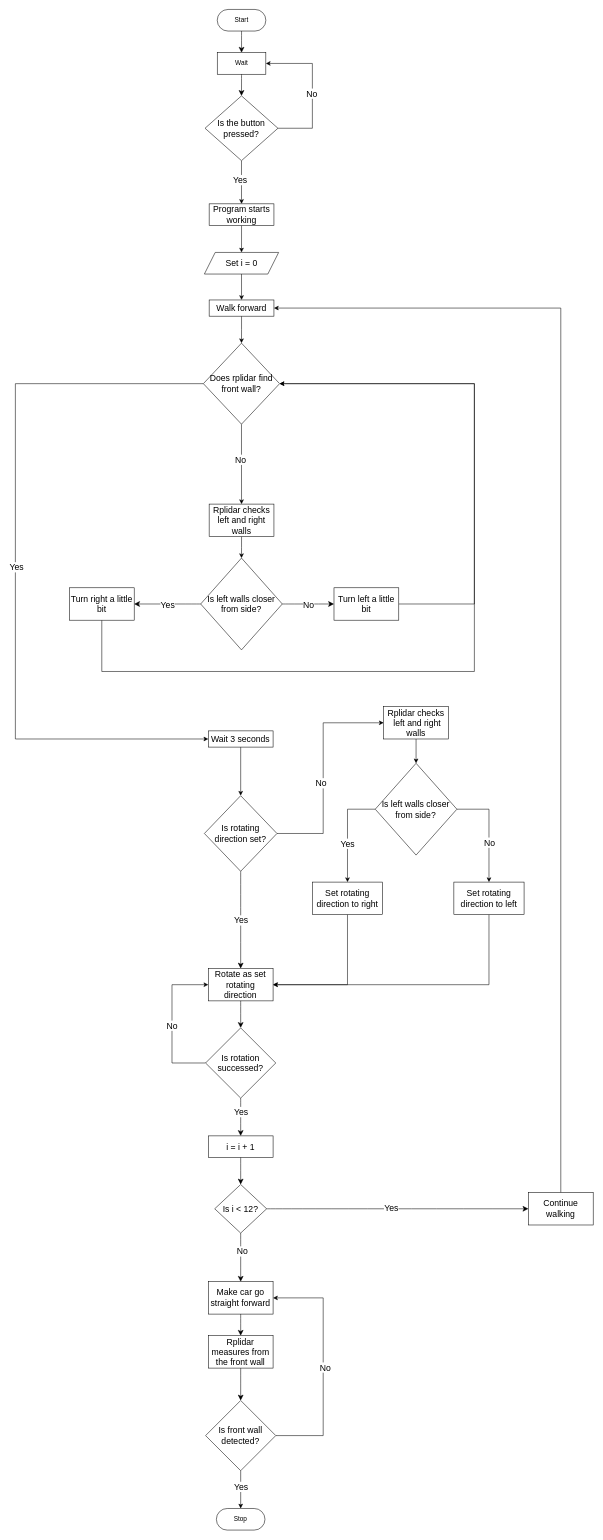
This is docs/ภาคผนวก/Flowchart 2.drawio from faasai123/autoBotCar, a draw.io file, before an edit. Source tidied: cells renumbered, new cells numbered last; positions are measured from the earlier drawing's top-left corner, leaving out a move shared by most shapes. Both pictures are drawn from the tidied source at 54%, with x=0, y=0 at pixel (15, 9).
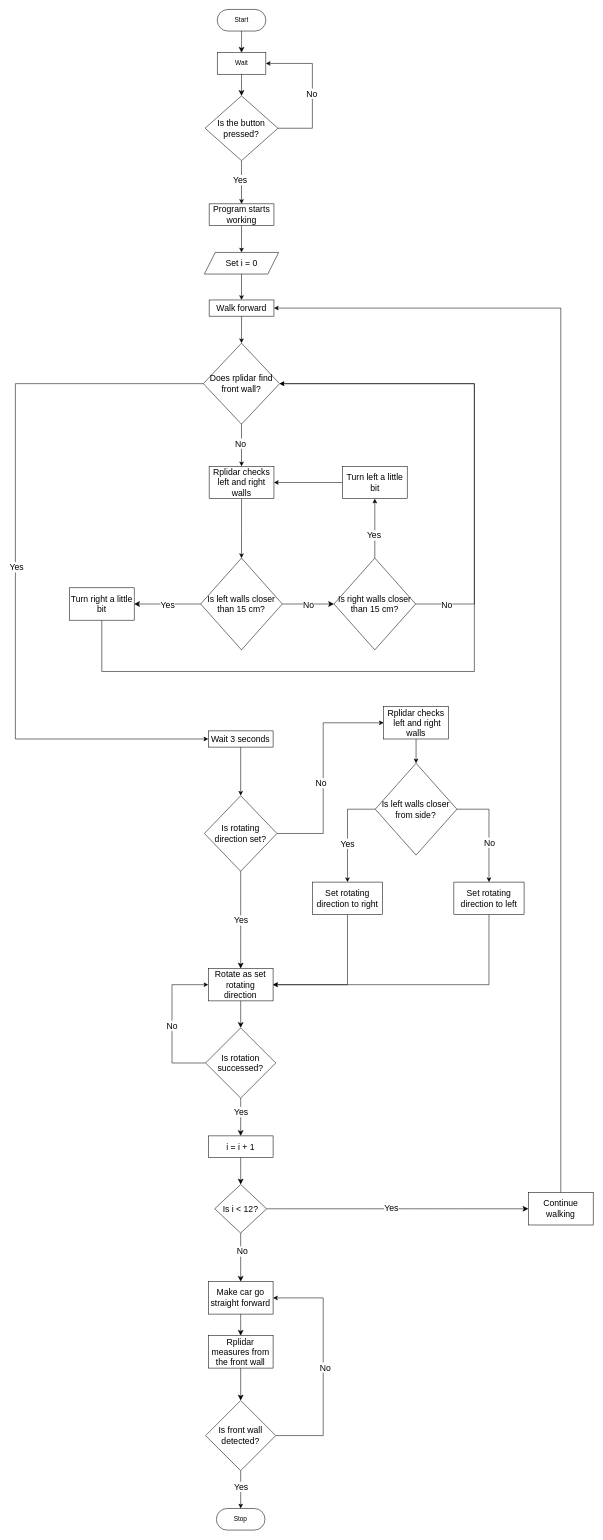
Above is the later version.

The change refers to these unchanged cells:
```xml
<mxCell id="75" value="&lt;font style=&quot;font-size: 16px;&quot;&gt;Does rplidar find front wall?&lt;/font&gt;" style="rhombus;whiteSpace=wrap;html=1;" parent="1" vertex="1">
  <mxGeometry x="348.1" y="618" width="141.2" height="150" as="geometry" />
</mxCell>
```

Diff of the diagram source:
```diff
@@
     <mxCell id="21" value="Rplidar checks left and right walls" style="rounded=0;whiteSpace=wrap;html=1;fontSize=16;" parent="1" vertex="1">
-      <mxGeometry x="358.8" y="916" width="120" height="60" as="geometry" />
+      <mxGeometry x="358.8" y="846" width="120" height="60" as="geometry" />
     </mxCell>
-    <mxCell id="22" value="Is left walls closer from side?" style="rhombus;whiteSpace=wrap;html=1;fontSize=16;" parent="1" vertex="1">
+    <mxCell id="22" value="Is left walls closer than 15 cm?" style="rhombus;whiteSpace=wrap;html=1;fontSize=16;" parent="1" vertex="1">
       <mxGeometry x="343.1" y="1016" width="151.2" height="170" as="geometry" />
     </mxCell>
@@
-    <mxCell id="27" style="edgeStyle=orthogonalEdgeStyle;rounded=0;jettySize=auto;html=1;exitX=1;exitY=0.5;exitDx=0;exitDy=0;entryX=1;entryY=0.5;entryDx=0;entryDy=0;" parent="1" edge="1" source="28" target="75">
+    <mxCell id="27" style="edgeStyle=orthogonalEdgeStyle;rounded=0;jettySize=auto;html=1;exitX=1;exitY=0.5;exitDx=0;exitDy=0;entryX=1;entryY=0.5;entryDx=0;entryDy=0;" parent="1" edge="1" source="81" target="75">
       <mxGeometry relative="1" as="geometry">
         <Array as="points">
           <mxPoint x="850" y="1101" />
           <mxPoint x="850" y="693" />
         </Array>
       </mxGeometry>
     </mxCell>
-    <mxCell id="28" value="Turn left a little bit" style="rounded=0;whiteSpace=wrap;html=1;fontSize=16;" parent="1" vertex="1">
-      <mxGeometry x="590" y="1071" width="120" height="60" as="geometry" />
-    </mxCell>
+    <mxCell id="78" value="No" style="edgeLabel;html=1;align=center;verticalAlign=middle;fontSize=16;" parent="27" vertex="1">
+      <mxGeometry x="-0.87" y="-1" relative="1" as="geometry" />
+    </mxCell>
-    <mxCell id="29" style="endArrow=classic;html=1;rounded=0;fontSize=12;startSize=8;endSize=8;curved=1;exitX=1;exitY=0.5;exitDx=0;exitDy=0;entryX=0;entryY=0.5;entryDx=0;entryDy=0;" parent="1" edge="1" source="22" target="28">
-      <mxGeometry relative="1" as="geometry" />
+    <mxCell id="29" style="endArrow=classic;html=1;rounded=0;fontSize=12;startSize=8;endSize=8;curved=1;exitX=1;exitY=0.5;exitDx=0;exitDy=0;entryX=0;entryY=0.5;entryDx=0;entryDy=0;" parent="1" edge="1" source="22">
+      <mxGeometry relative="1" as="geometry">
+        <mxPoint x="590" y="1101" as="targetPoint" />
+      </mxGeometry>
     </mxCell>
@@
+    <mxCell id="79" style="edgeStyle=orthogonalEdgeStyle;rounded=0;jettySize=auto;html=1;exitX=0.5;exitY=0;exitDx=0;exitDy=0;entryX=0.5;entryY=1;entryDx=0;entryDy=0;" parent="1" edge="1" source="81" target="28">
+      <mxGeometry relative="1" as="geometry" />
+    </mxCell>
+    <mxCell id="80" value="Yes" style="edgeLabel;html=1;align=center;verticalAlign=middle;fontSize=16;" parent="79" vertex="1">
+      <mxGeometry x="-0.21" y="2" relative="1" as="geometry" />
+    </mxCell>
+    <mxCell id="81" value="Is right walls closer than 15 cm?" style="rhombus;whiteSpace=wrap;html=1;fontSize=16;" parent="1" vertex="1">
+      <mxGeometry x="590" y="1016" width="151.2" height="170" as="geometry" />
+    </mxCell>
+    <mxCell id="82" style="edgeStyle=orthogonalEdgeStyle;rounded=0;jettySize=auto;html=1;exitX=0;exitY=0.5;exitDx=0;exitDy=0;entryX=1;entryY=0.5;entryDx=0;entryDy=0;" parent="1" edge="1" source="28" target="21">
+      <mxGeometry relative="1" as="geometry" />
+    </mxCell>
+    <mxCell id="28" value="Turn left a little bit" style="rounded=0;whiteSpace=wrap;html=1;fontSize=16;" parent="1" vertex="1">
+      <mxGeometry x="605.6" y="846" width="120" height="60" as="geometry" />
+    </mxCell>
```
